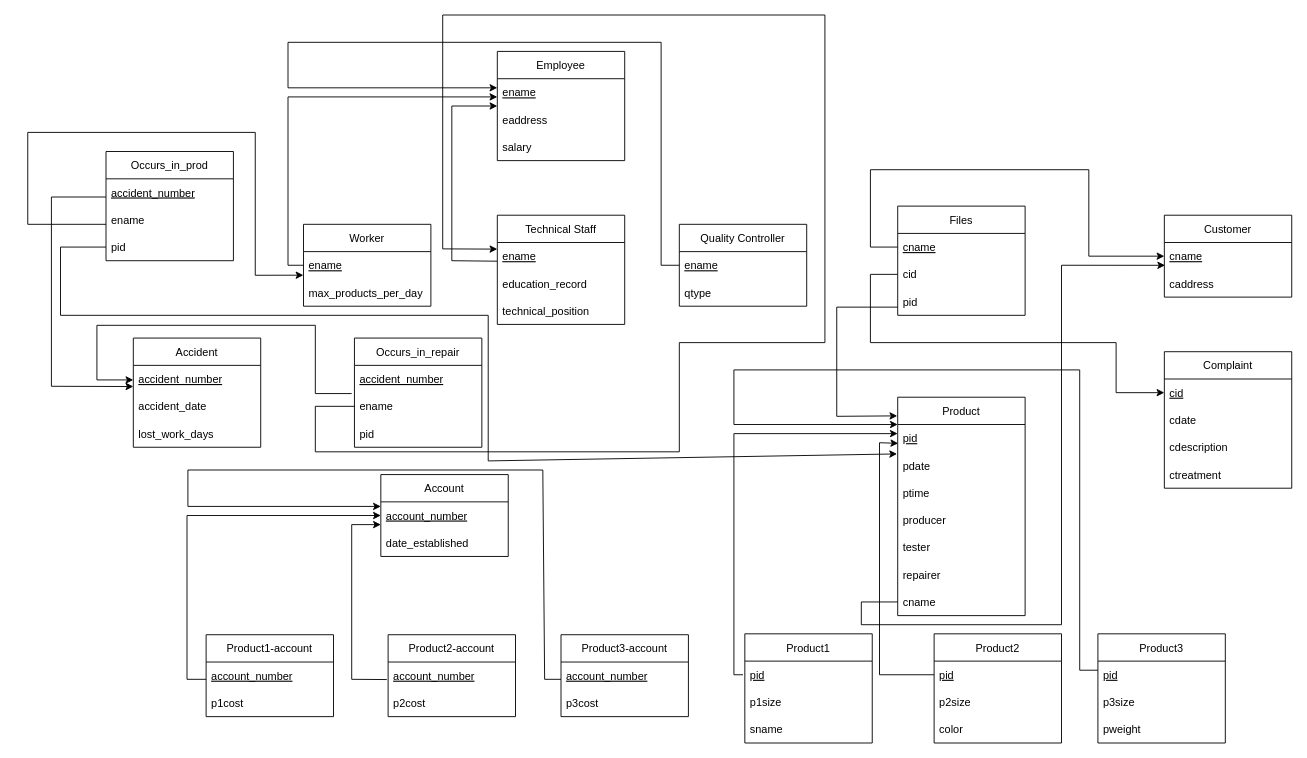
Earlier version of the draw.io diagram schema_diagram.drawio (starrycode/ER-Diagrams). Source tidied: cells renumbered, new cells numbered last; positions are measured from the earlier drawing's top-left corner, leaving out a move shared by most shapes. Both pictures are drawn from the tidied source at 91%, with x=0, y=0 at pixel (27, 15).
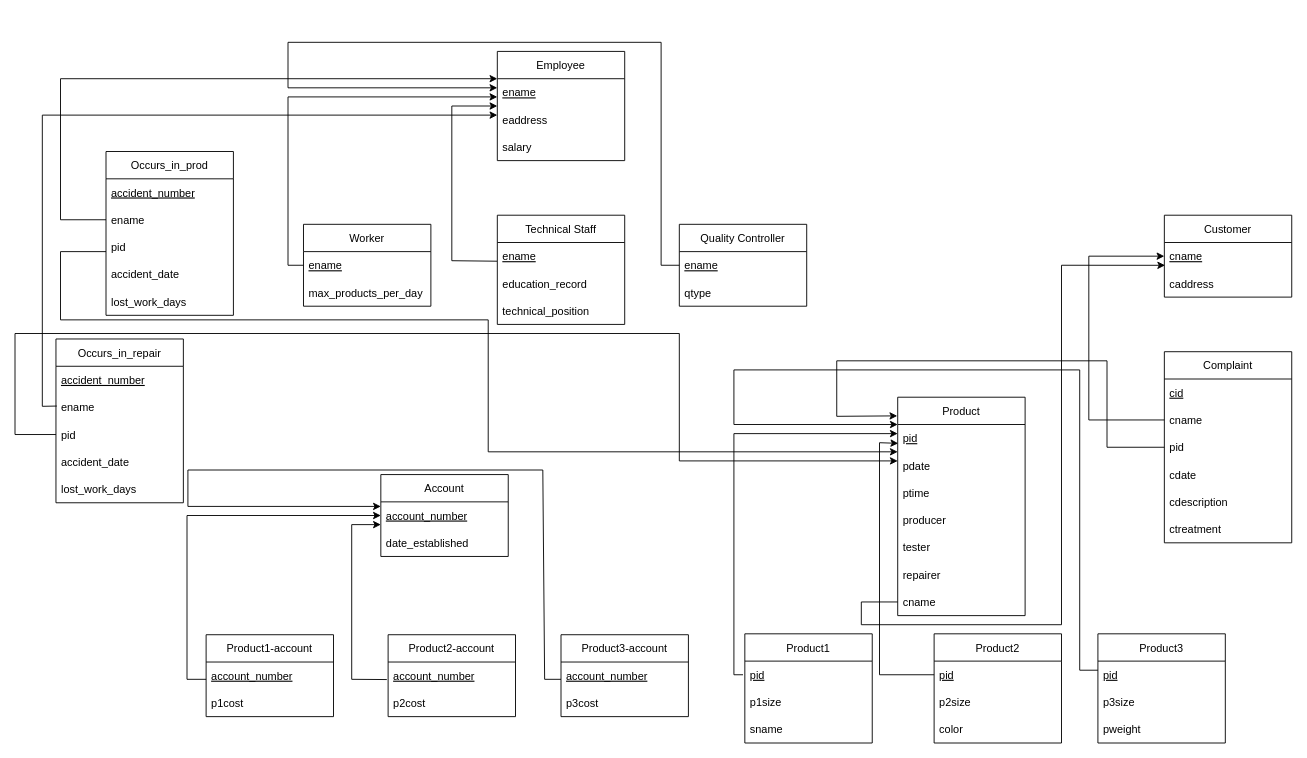
The same page after the edit.

Unchanged cells that the change refers to:
```xml
<mxCell id="14" value="pdate" style="text;strokeColor=none;fillColor=none;align=left;verticalAlign=middle;spacingLeft=4;spacingRight=4;overflow=hidden;points=[[0,0.5],[1,0.5]];portConstraint=eastwest;fontStyle=0;" parent="12" vertex="1">
  <mxGeometry y="60" width="140" height="30" as="geometry" />
</mxCell>
<mxCell id="21" value="cname" style="text;strokeColor=none;fillColor=none;align=left;verticalAlign=middle;spacingLeft=4;spacingRight=4;overflow=hidden;points=[[0,0.5],[1,0.5]];portConstraint=eastwest;fontStyle=4;" parent="20" vertex="1">
  <mxGeometry y="30" width="140" height="30" as="geometry" />
</mxCell>
<mxCell id="24" value="cid" style="text;strokeColor=none;fillColor=none;align=left;verticalAlign=middle;spacingLeft=4;spacingRight=4;overflow=hidden;points=[[0,0.5],[1,0.5]];portConstraint=eastwest;fontStyle=4;" parent="23" vertex="1">
  <mxGeometry y="30" width="140" height="30" as="geometry" />
</mxCell>
<mxCell id="34" value="ename" style="text;strokeColor=none;fillColor=none;align=left;verticalAlign=middle;spacingLeft=4;spacingRight=4;overflow=hidden;points=[[0,0.5],[1,0.5]];portConstraint=eastwest;fontStyle=0;" parent="32" vertex="1">
  <mxGeometry y="60" width="140" height="30" as="geometry" />
</mxCell>
<mxCell id="35" value="pid" style="text;strokeColor=none;fillColor=none;align=left;verticalAlign=middle;spacingLeft=4;spacingRight=4;overflow=hidden;points=[[0,0.5],[1,0.5]];portConstraint=eastwest;fontStyle=0;" parent="32" vertex="1">
  <mxGeometry y="90" width="140" height="30" as="geometry" />
</mxCell>
<mxCell id="50" value="ename" style="text;strokeColor=none;fillColor=none;align=left;verticalAlign=middle;spacingLeft=4;spacingRight=4;overflow=hidden;points=[[0,0.5],[1,0.5]];portConstraint=eastwest;fontStyle=4;" parent="49" vertex="1">
  <mxGeometry y="30" width="140" height="30" as="geometry" />
</mxCell>
<mxCell id="77" value="ename" style="text;strokeColor=none;fillColor=none;align=left;verticalAlign=middle;spacingLeft=4;spacingRight=4;overflow=hidden;points=[[0,0.5],[1,0.5]];portConstraint=eastwest;fontStyle=0;" parent="75" vertex="1">
  <mxGeometry y="60" width="140" height="30" as="geometry" />
</mxCell>
<mxCell id="78" value="pid" style="text;strokeColor=none;fillColor=none;align=left;verticalAlign=middle;spacingLeft=4;spacingRight=4;overflow=hidden;points=[[0,0.5],[1,0.5]];portConstraint=eastwest;fontStyle=0;" parent="75" vertex="1">
  <mxGeometry y="90" width="140" height="30" as="geometry" />
</mxCell>
```

Diff of the diagram source:
```diff
@@
     <mxCell id="23" value="Complaint" style="swimlane;fontStyle=0;horizontal=1;startSize=30;" parent="1" vertex="1">
-      <mxGeometry x="1249" y="370" width="140" height="150" as="geometry" />
+      <mxGeometry x="1249" y="370" width="140" height="210" as="geometry" />
     </mxCell>
@@
+    <mxCell id="83" value="cname" style="text;strokeColor=none;fillColor=none;align=left;verticalAlign=middle;spacingLeft=4;spacingRight=4;overflow=hidden;points=[[0,0.5],[1,0.5]];portConstraint=eastwest;fontStyle=0;" parent="23" vertex="1">
+      <mxGeometry y="60" width="140" height="30" as="geometry" />
+    </mxCell>
+    <mxCell id="85" value="pid" style="text;strokeColor=none;fillColor=none;align=left;verticalAlign=middle;spacingLeft=4;spacingRight=4;overflow=hidden;points=[[0,0.5],[1,0.5]];portConstraint=eastwest;fontStyle=0;" parent="23" vertex="1">
+      <mxGeometry y="90" width="140" height="30" as="geometry" />
+    </mxCell>
     <mxCell id="25" value="cdate" style="text;strokeColor=none;fillColor=none;align=left;verticalAlign=middle;spacingLeft=4;spacingRight=4;overflow=hidden;fontStyle=0;" parent="23" vertex="1">
-      <mxGeometry y="60" width="140" height="30" as="geometry" />
+      <mxGeometry y="120" width="140" height="30" as="geometry" />
     </mxCell>
     <mxCell id="26" value="cdescription" style="text;strokeColor=none;fillColor=none;align=left;verticalAlign=middle;spacingLeft=4;spacingRight=4;overflow=hidden;" parent="23" vertex="1">
-      <mxGeometry y="90" width="140" height="30" as="geometry" />
+      <mxGeometry y="150" width="140" height="30" as="geometry" />
     </mxCell>
     <mxCell id="27" value="ctreatment" style="text;strokeColor=none;fillColor=none;align=left;verticalAlign=middle;spacingLeft=4;spacingRight=4;overflow=hidden;" parent="23" vertex="1">
-      <mxGeometry y="120" width="140" height="30" as="geometry" />
+      <mxGeometry y="180" width="140" height="30" as="geometry" />
     </mxCell>
-    <mxCell id="28" value="Accident" style="swimlane;fontStyle=0;horizontal=1;startSize=30;" parent="1" vertex="1">
-      <mxGeometry x="116" y="355" width="140" height="120" as="geometry" />
-    </mxCell>
-    <mxCell id="29" value="accident_number" style="text;strokeColor=none;fillColor=none;align=left;verticalAlign=middle;spacingLeft=4;spacingRight=4;overflow=hidden;fontStyle=4;" parent="28" vertex="1">
-      <mxGeometry y="30" width="140" height="30" as="geometry" />
-    </mxCell>
-    <mxCell id="30" value="accident_date" style="text;strokeColor=none;fillColor=none;align=left;verticalAlign=middle;spacingLeft=4;spacingRight=4;overflow=hidden;points=[[0,0.5],[1,0.5]];portConstraint=eastwest;fontStyle=0;" parent="28" vertex="1">
-      <mxGeometry y="60" width="140" height="30" as="geometry" />
-    </mxCell>
-    <mxCell id="31" value="lost_work_days" style="text;strokeColor=none;fillColor=none;align=left;verticalAlign=middle;spacingLeft=4;spacingRight=4;overflow=hidden;fontStyle=0;" parent="28" vertex="1">
-      <mxGeometry y="90" width="140" height="30" as="geometry" />
-    </mxCell>
     <mxCell id="32" value="Occurs_in_repair" style="swimlane;fontStyle=0;horizontal=1;startSize=30;" parent="1" vertex="1">
-      <mxGeometry x="359" y="355" width="140" height="120" as="geometry" />
+      <mxGeometry x="31" y="356" width="140" height="180" as="geometry" />
     </mxCell>
@@
+    <mxCell id="90" value="accident_date" style="text;strokeColor=none;fillColor=none;align=left;verticalAlign=middle;spacingLeft=4;spacingRight=4;overflow=hidden;fontStyle=0;" parent="32" vertex="1">
+      <mxGeometry y="120" width="140" height="30" as="geometry" />
+    </mxCell>
+    <mxCell id="91" value="lost_work_days" style="text;strokeColor=none;fillColor=none;align=left;verticalAlign=middle;spacingLeft=4;spacingRight=4;overflow=hidden;fontStyle=0;" parent="32" vertex="1">
+      <mxGeometry y="150" width="140" height="30" as="geometry" />
+    </mxCell>
@@
-    <mxCell id="67" style="endArrow=classic;html=1;rounded=0;" parent="1" edge="1">
-      <mxGeometry relative="1" as="geometry">
-        <mxPoint x="356" y="416" as="sourcePoint" />
-        <mxPoint x="116" y="401" as="targetPoint" />
-        <Array as="points">
-          <mxPoint x="316" y="416" />
-          <mxPoint x="316" y="341" />
-          <mxPoint x="76" y="341" />
-          <mxPoint x="76" y="401" />
-        </Array>
-      </mxGeometry>
-    </mxCell>
@@
-    <mxCell id="74" style="endArrow=classic;html=1;rounded=0;exitX=0;exitY=0.5;exitDx=0;exitDy=0;entryX=0;entryY=0.242;entryDx=0;entryDy=0;entryPerimeter=0;" parent="1" edge="1" source="34" target="50">
-      <mxGeometry relative="1" as="geometry">
-        <Array as="points">
-          <mxPoint x="316" y="430" />
-          <mxPoint x="316" y="480" />
-          <mxPoint x="716" y="480" />
-          <mxPoint x="716" y="360" />
-          <mxPoint x="876" y="360" />
-          <mxPoint x="876" />
-          <mxPoint x="456" />
-          <mxPoint x="456" y="257" />
-        </Array>
-      </mxGeometry>
-    </mxCell>
     <mxCell id="75" value="Occurs_in_prod" style="swimlane;fontStyle=0;horizontal=1;startSize=30;" parent="1" vertex="1">
-      <mxGeometry x="86" y="150" width="140" height="120" as="geometry" />
+      <mxGeometry x="86" y="150" width="140" height="180" as="geometry" />
     </mxCell>
@@
-    <mxCell id="79" style="endArrow=classic;html=1;rounded=0;entryX=0;entryY=-0.225;entryDx=0;entryDy=0;entryPerimeter=0;" parent="1" edge="1" target="30">
-      <mxGeometry relative="1" as="geometry">
-        <mxPoint x="86" y="200" as="sourcePoint" />
-        <Array as="points">
-          <mxPoint x="26" y="200" />
-          <mxPoint x="26" y="408" />
-        </Array>
-      </mxGeometry>
-    </mxCell>
-    <mxCell id="80" style="endArrow=classic;html=1;rounded=0;entryX=-0.029;entryY=-0.105;entryDx=0;entryDy=0;entryPerimeter=0;" parent="1" edge="1">
-      <mxGeometry relative="1" as="geometry">
-        <mxPoint x="86" y="230" as="sourcePoint" />
-        <mxPoint x="302.9" y="285.9" as="targetPoint" />
-        <Array as="points">
-          <mxPoint y="230" />
-          <mxPoint y="129" />
-          <mxPoint x="250" y="129" />
-          <mxPoint x="250" y="286" />
-        </Array>
-      </mxGeometry>
-    </mxCell>
+    <mxCell id="92" value="accident_date" style="text;strokeColor=none;fillColor=none;align=left;verticalAlign=middle;spacingLeft=4;spacingRight=4;overflow=hidden;fontStyle=0;" parent="75" vertex="1">
+      <mxGeometry y="120" width="140" height="30" as="geometry" />
+    </mxCell>
+    <mxCell id="93" value="lost_work_days" style="text;strokeColor=none;fillColor=none;align=left;verticalAlign=middle;spacingLeft=4;spacingRight=4;overflow=hidden;fontStyle=0;" parent="75" vertex="1">
+      <mxGeometry y="150" width="140" height="30" as="geometry" />
+    </mxCell>
-    <mxCell id="81" style="endArrow=classic;html=1;rounded=0;exitX=0;exitY=0.5;exitDx=0;exitDy=0;entryX=-0.005;entryY=0.077;entryDx=0;entryDy=0;entryPerimeter=0;" parent="1" edge="1" source="78" target="14">
+    <mxCell id="81" style="endArrow=classic;html=1;rounded=0;exitX=0;exitY=0.5;exitDx=0;exitDy=0;" parent="1" edge="1">
       <mxGeometry relative="1" as="geometry">
+        <mxPoint x="86" y="260" as="sourcePoint" />
+        <mxPoint x="956" y="480" as="targetPoint" />
         <Array as="points">
-          <mxPoint x="36" y="255" />
-          <mxPoint x="36" y="330" />
-          <mxPoint x="506" y="330" />
-          <mxPoint x="506" y="490" />
+          <mxPoint x="36" y="260" />
+          <mxPoint x="36" y="335" />
+          <mxPoint x="506" y="335" />
+          <mxPoint x="506" y="480" />
         </Array>
       </mxGeometry>
     </mxCell>
-    <mxCell id="82" value="Files" style="swimlane;fontStyle=0;horizontal=1;startSize=30;" parent="1" vertex="1">
-      <mxGeometry x="956" y="210" width="140" height="120" as="geometry" />
-    </mxCell>
-    <mxCell id="83" value="cname" style="text;strokeColor=none;fillColor=none;align=left;verticalAlign=middle;spacingLeft=4;spacingRight=4;overflow=hidden;points=[[0,0.5],[1,0.5]];portConstraint=eastwest;fontStyle=4;" parent="82" vertex="1">
-      <mxGeometry y="30" width="140" height="30" as="geometry" />
-    </mxCell>
-    <mxCell id="84" value="cid" style="text;strokeColor=none;fillColor=none;align=left;verticalAlign=middle;spacingLeft=4;spacingRight=4;overflow=hidden;points=[[0,0.5],[1,0.5]];portConstraint=eastwest;fontStyle=0;" parent="82" vertex="1">
-      <mxGeometry y="60" width="140" height="30" as="geometry" />
-    </mxCell>
-    <mxCell id="85" value="pid" style="text;strokeColor=none;fillColor=none;align=left;verticalAlign=middle;spacingLeft=4;spacingRight=4;overflow=hidden;points=[[0,0.5],[1,0.5]];portConstraint=eastwest;fontStyle=0;" parent="82" vertex="1">
-      <mxGeometry y="90" width="140" height="30" as="geometry" />
-    </mxCell>
     <mxCell id="86" style="endArrow=classic;html=1;rounded=0;entryX=0;entryY=0.5;entryDx=0;entryDy=0;exitX=0;exitY=0.5;exitDx=0;exitDy=0;" parent="1" edge="1" source="83" target="21">
       <mxGeometry relative="1" as="geometry">
         <Array as="points">
-          <mxPoint x="926" y="255" />
-          <mxPoint x="926" y="170" />
-          <mxPoint x="1166" y="170" />
+          <mxPoint x="1166" y="445" />
           <mxPoint x="1166" y="265" />
         </Array>
       </mxGeometry>
     </mxCell>
-    <mxCell id="87" style="endArrow=classic;html=1;rounded=0;entryX=0;entryY=0.5;entryDx=0;entryDy=0;exitX=0;exitY=0.5;exitDx=0;exitDy=0;" parent="1" edge="1" source="84" target="24">
-      <mxGeometry relative="1" as="geometry">
-        <Array as="points">
-          <mxPoint x="926" y="285" />
-          <mxPoint x="926" y="360" />
-          <mxPoint x="1196" y="360" />
-          <mxPoint x="1196" y="415" />
-        </Array>
-      </mxGeometry>
-    </mxCell>
-    <mxCell id="88" style="endArrow=classic;html=1;rounded=0;entryX=-0.025;entryY=0.093;entryDx=0;entryDy=0;entryPerimeter=0;" parent="1" edge="1">
+    <mxCell id="88" style="endArrow=classic;html=1;rounded=0;entryX=-0.025;entryY=0.093;entryDx=0;entryDy=0;entryPerimeter=0;exitX=0;exitY=0.5;exitDx=0;exitDy=0;" parent="1" edge="1" source="85">
       <mxGeometry relative="1" as="geometry">
-        <mxPoint x="956" y="321" as="sourcePoint" />
         <mxPoint x="955.5" y="440.5" as="targetPoint" />
         <Array as="points">
-          <mxPoint x="889" y="321" />
+          <mxPoint x="1186" y="475" />
+          <mxPoint x="1186" y="380" />
+          <mxPoint x="889" y="380" />
           <mxPoint x="889" y="441" />
         </Array>
       </mxGeometry>
     </mxCell>
@@
+    <mxCell id="94" style="endArrow=classic;html=1;rounded=0;exitX=0;exitY=0.5;exitDx=0;exitDy=0;" parent="1" edge="1" source="77">
+      <mxGeometry relative="1" as="geometry">
+        <mxPoint x="516" y="70" as="targetPoint" />
+        <Array as="points">
+          <mxPoint x="36" y="225" />
+          <mxPoint x="36" y="70" />
+        </Array>
+      </mxGeometry>
+    </mxCell>
+    <mxCell id="95" style="endArrow=classic;html=1;rounded=0;exitX=0.007;exitY=0.457;exitDx=0;exitDy=0;exitPerimeter=0;" parent="1" edge="1" source="34">
+      <mxGeometry relative="1" as="geometry">
+        <mxPoint x="516" y="110" as="targetPoint" />
+        <Array as="points">
+          <mxPoint x="16" y="430" />
+          <mxPoint x="16" y="110" />
+        </Array>
+      </mxGeometry>
+    </mxCell>
+    <mxCell id="96" style="endArrow=classic;html=1;rounded=0;exitX=0;exitY=0.5;exitDx=0;exitDy=0;" parent="1" edge="1" source="35">
+      <mxGeometry relative="1" as="geometry">
+        <mxPoint x="956" y="490" as="targetPoint" />
+        <Array as="points">
+          <mxPoint x="-14" y="461" />
+          <mxPoint x="-14" y="350" />
+          <mxPoint x="716" y="350" />
+          <mxPoint x="716" y="490" />
+        </Array>
+      </mxGeometry>
+    </mxCell>
```
